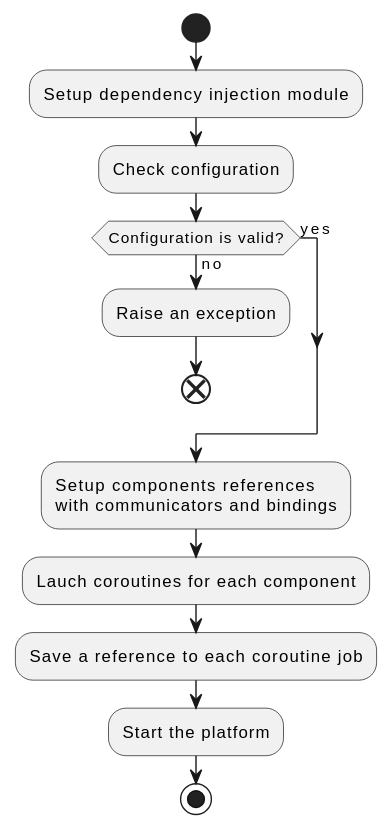
This is figures/platform-setup-sequence.svg from nicolasfara/pulverization-thesis, a PlantUML export, as it was before one commit. The source it was exported from:
```plantuml
@startuml
!pragma useVerticalIf on
start

:Setup dependency injection module;
:Check configuration;
if (Configuration is valid?) then (no)
  :Raise an exception;
  end
else (yes)
endif

:Setup components references\nwith communicators and bindings;
:Lauch coroutines for each component;
:Save a reference to each coroutine job;
:Start the platform;
stop
@enduml
```
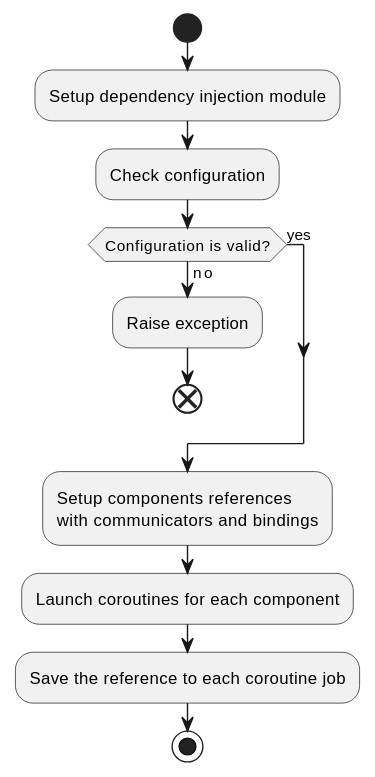
The same file after the commit.

What changed in the source:
```diff
@@ -1,18 +1,16 @@
-@startuml
-!pragma useVerticalIf on
+@startuml platform-setup-sequence
 start
 
 :Setup dependency injection module;
 :Check configuration;
 if (Configuration is valid?) then (no)
-  :Raise an exception;
+  :Raise exception;
   end
 else (yes)
 endif
 
 :Setup components references\nwith communicators and bindings;
-:Lauch coroutines for each component;
-:Save a reference to each coroutine job;
-:Start the platform;
+:Launch coroutines for each component;
+:Save the reference to each coroutine job;
 stop
 @enduml
```
